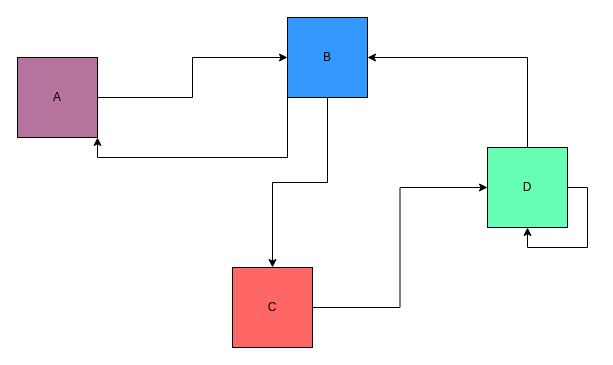
Before: test2.drawio in Janszczyrek/drawio_to_dot, a draw.io diagram. Source tidied: cells renumbered, new cells numbered last; positions are measured from the earlier drawing's top-left corner, leaving out a move shared by most shapes. Both pictures are drawn from the tidied source at 100%, with x=0, y=0 at pixel (17, 17).
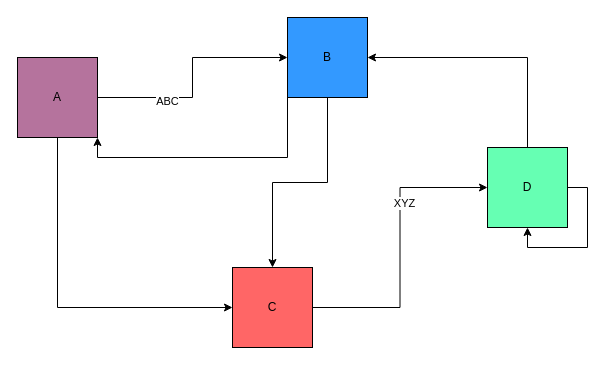
The same diagram, later.

Commit message (it also covers changes not shown here):
drobne poprawki

What changed in the source:
```diff
@@
 <mxGraphModel>
   <root>
     <mxCell id="0" />
     <mxCell id="1" parent="0" />
     <mxCell id="2" style="edgeStyle=orthogonalEdgeStyle;rounded=0;jettySize=auto;html=1;exitX=1;exitY=0.5;exitDx=0;exitDy=0;entryX=0;entryY=0.5;entryDx=0;entryDy=0;" parent="1" edge="1" source="3" target="6">
       <mxGeometry relative="1" as="geometry" />
     </mxCell>
+    <mxCell id="12" value="ABC" style="edgeLabel;html=1;align=center;verticalAlign=middle;" parent="2" vertex="1">
+      <mxGeometry x="-0.4" y="-3" relative="1" as="geometry" />
+    </mxCell>
+    <mxCell id="13" style="edgeStyle=orthogonalEdgeStyle;rounded=0;jettySize=auto;html=1;exitX=0.5;exitY=1;exitDx=0;exitDy=0;entryX=0;entryY=0.5;entryDx=0;entryDy=0;" parent="1" edge="1" source="3" target="8">
+      <mxGeometry relative="1" as="geometry" />
+    </mxCell>
     <mxCell id="3" value="A" style="whiteSpace=wrap;html=1;fillColor=#B5739D;" parent="1" vertex="1">
       <mxGeometry y="40" width="80" height="80" as="geometry" />
     </mxCell>
     <mxCell id="4" style="edgeStyle=orthogonalEdgeStyle;rounded=0;jettySize=auto;html=1;exitX=0;exitY=1;exitDx=0;exitDy=0;entryX=1;entryY=1;entryDx=0;entryDy=0;" parent="1" edge="1" source="6" target="3">
       <mxGeometry relative="1" as="geometry" />
     </mxCell>
     <mxCell id="5" style="edgeStyle=orthogonalEdgeStyle;rounded=0;jettySize=auto;html=1;exitX=0.5;exitY=1;exitDx=0;exitDy=0;entryX=0.5;entryY=0;entryDx=0;entryDy=0;" parent="1" edge="1" source="6" target="8">
       <mxGeometry relative="1" as="geometry" />
     </mxCell>
     <mxCell id="6" value="B" style="whiteSpace=wrap;html=1;fillColor=#3399FF;" parent="1" vertex="1">
       <mxGeometry x="270" width="80" height="80" as="geometry" />
     </mxCell>
     <mxCell id="7" style="edgeStyle=orthogonalEdgeStyle;rounded=0;jettySize=auto;html=1;exitX=1;exitY=0.5;exitDx=0;exitDy=0;entryX=0;entryY=0.5;entryDx=0;entryDy=0;" parent="1" edge="1" source="8" target="10">
       <mxGeometry relative="1" as="geometry" />
     </mxCell>
+    <mxCell id="14" value="XYZ" style="edgeLabel;html=1;align=center;verticalAlign=middle;" parent="7" vertex="1">
+      <mxGeometry x="0.31" y="-3" relative="1" as="geometry">
+        <mxPoint x="1" y="1" as="offset" />
+      </mxGeometry>
+    </mxCell>
     <mxCell id="8" value="C" style="whiteSpace=wrap;html=1;fillColor=#FF6666;" parent="1" vertex="1">
       <mxGeometry x="215" y="250" width="80" height="80" as="geometry" />
     </mxCell>
     <mxCell id="9" style="edgeStyle=orthogonalEdgeStyle;rounded=0;jettySize=auto;html=1;exitX=0.5;exitY=0;exitDx=0;exitDy=0;entryX=1;entryY=0.5;entryDx=0;entryDy=0;" parent="1" edge="1" source="10" target="6">
       <mxGeometry relative="1" as="geometry" />
     </mxCell>
     <mxCell id="10" value="D" style="whiteSpace=wrap;html=1;fillColor=#66FFB3;" parent="1" vertex="1">
       <mxGeometry x="470" y="130" width="80" height="80" as="geometry" />
     </mxCell>
     <mxCell id="11" style="edgeStyle=orthogonalEdgeStyle;rounded=0;orthogonalLoop=1;jettySize=auto;html=1;exitX=1;exitY=0.5;exitDx=0;exitDy=0;entryX=0.5;entryY=1;entryDx=0;entryDy=0;" parent="1" edge="1" source="10" target="10">
       <mxGeometry relative="1" as="geometry" />
     </mxCell>
   </root>
 </mxGraphModel>
```
